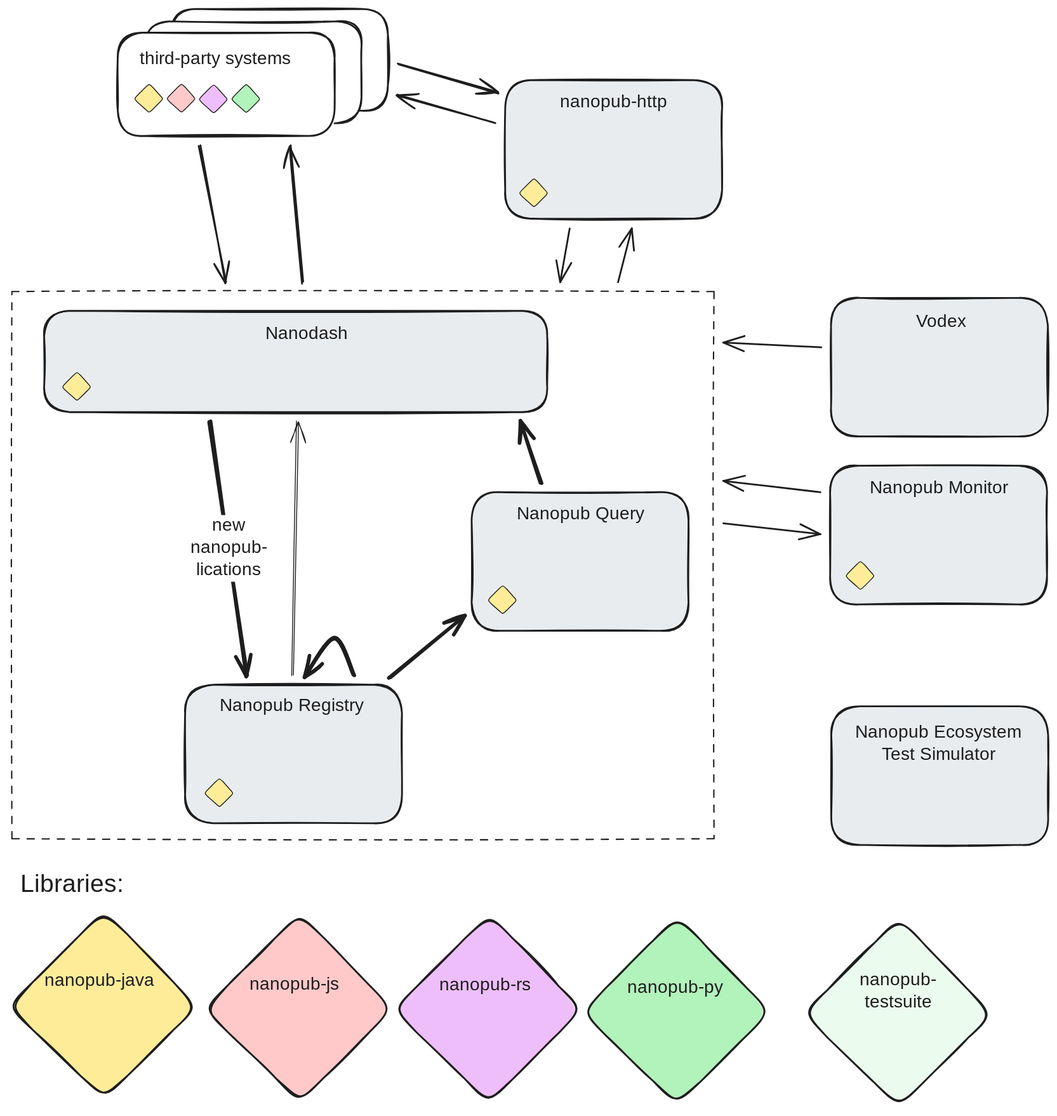
Earlier version of the Excalidraw export media/images/nanopub-architecture.svg (knowledgepixels/nanopub-ecosystem-paper). Source tidied: one line per element, renumbered; positions are measured from the earlier drawing's top-left corner, leaving out a move shared by most shapes.
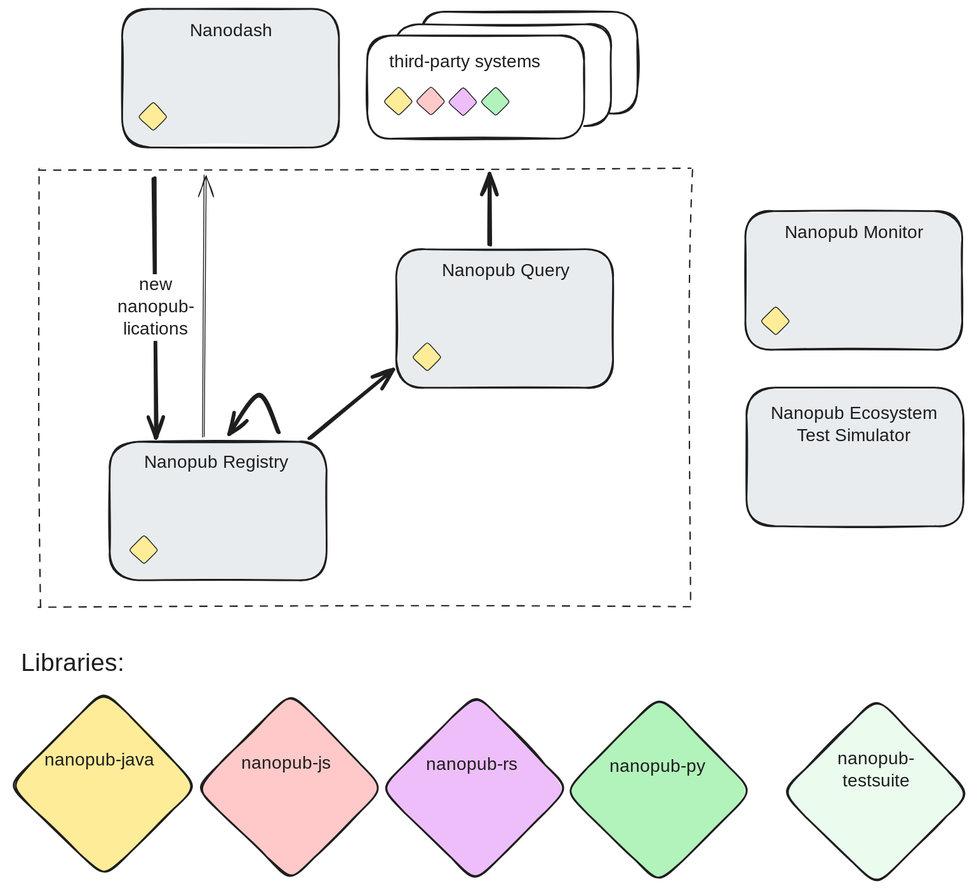
After the change.

Diff of the diagram source:
```diff
@@ -1,54 +1,40 @@
-{"id": 0, "type": "rectangle", "strokeColor": "#1e1e1e", "strokeWidth": 1, "strokeStyle": "dashed", "roughness": 1, "x": 3, "y": 318, "width": 790, "height": 616}
-{"id": 1, "type": "rectangle", "strokeColor": "#1e1e1e", "backgroundColor": "#e9ecef", "fillStyle": "solid", "strokeWidth": 2, "roughness": 1, "round": true, "x": 198, "y": 760, "width": 244, "height": 156}
-{"id": 2, "type": "text", "text": "Nanopub Registry", "strokeColor": "#1e1e1e", "backgroundColor": "#e9ecef", "fillStyle": "solid", "strokeWidth": 2, "roughness": 1, "fontSize": 20, "fontFamily": 5, "textAlign": "center", "x": 233, "y": 772, "width": 170, "height": 25}
-{"id": 3, "type": "rectangle", "strokeColor": "#1e1e1e", "backgroundColor": "#e9ecef", "fillStyle": "solid", "strokeWidth": 2, "roughness": 1, "round": true, "x": 521, "y": 544, "width": 244, "height": 156}
-{"id": 4, "type": "text", "text": "Nanopub Query", "strokeColor": "#1e1e1e", "backgroundColor": "#e9ecef", "fillStyle": "solid", "strokeWidth": 2, "roughness": 1, "fontSize": 20, "fontFamily": 5, "textAlign": "center", "x": 572, "y": 557, "width": 144, "height": 25}
-{"id": 5, "type": "rectangle", "strokeColor": "#1e1e1e", "backgroundColor": "#e9ecef", "fillStyle": "solid", "strokeWidth": 2, "roughness": 1, "round": true, "x": 40, "y": 340, "width": 566, "height": 114}
-{"id": 6, "type": "text", "text": "Nanodash", "strokeColor": "#1e1e1e", "backgroundColor": "#e9ecef", "fillStyle": "solid", "strokeWidth": 2, "roughness": 1, "fontSize": 20, "fontFamily": 5, "textAlign": "center", "x": 289, "y": 354, "width": 92, "height": 25}
-{"id": 7, "type": "arrow", "strokeColor": "#1e1e1e", "strokeWidth": 4, "roughness": 1, "endArrowhead": "arrow", "round": true, "from": 5, "to": 1, "x": 226, "y": 465, "width": 42, "height": 285, "points": [[0, 0], [42, 285]]}
+{"id": 7, "type": "arrow", "strokeColor": "#1e1e1e", "strokeWidth": 4, "roughness": 1, "endArrowhead": "arrow", "round": true, "to": 1, "x": 248, "y": 434, "width": 3, "height": 290, "points": [[0, 0], [3, 290]]}
-{"id": 8, "type": "text", "text": "new\nnanopub-\nlications", "strokeColor": "#1e1e1e", "strokeWidth": 2, "roughness": 1, "fontSize": 20, "fontFamily": 5, "textAlign": "center", "verticalAlign": "middle", "inside": 7, "x": 263, "y": 572, "width": 86, "height": 75}
+{"id": 8, "type": "text", "text": "new\nnanopub-\nlications", "strokeColor": "#1e1e1e", "strokeWidth": 2, "roughness": 1, "fontSize": 20, "fontFamily": 5, "textAlign": "center", "verticalAlign": "middle", "inside": 7, "x": 205, "y": 540, "width": 86, "height": 75}
-{"id": 9, "type": "arrow", "strokeColor": "#1e1e1e", "strokeWidth": 4, "roughness": 1, "endArrowhead": "arrow", "round": true, "from": 1, "to": 3, "x": 428, "y": 752, "width": 84, "height": 68, "points": [[0, 0], [84, -68]]}
+{"id": 9, "type": "arrow", "strokeColor": "#1e1e1e", "strokeWidth": 4, "roughness": 1, "endArrowhead": "arrow", "round": true, "from": 1, "to": 3, "x": 423, "y": 726, "width": 93, "height": 75, "points": [[0, 0], [93, -75]]}
-{"id": 10, "type": "arrow", "strokeColor": "#1e1e1e", "strokeWidth": 4, "roughness": 1, "endArrowhead": "arrow", "round": true, "from": 1, "to": 1, "x": 388, "y": 749, "width": 56, "height": 43, "points": [[0, 0], [-23, -42], [-56, 1]]}
+{"id": 10, "type": "arrow", "strokeColor": "#1e1e1e", "strokeWidth": 4, "roughness": 1, "endArrowhead": "arrow", "round": true, "from": 1, "to": 1, "x": 388, "y": 719, "width": 56, "height": 43, "points": [[0, 0], [-23, -42], [-56, 1]]}
-{"id": 11, "type": "arrow", "strokeColor": "#1e1e1e", "strokeWidth": 4, "roughness": 1, "endArrowhead": "arrow", "round": true, "from": 3, "to": 5, "x": 599, "y": 533, "width": 25, "height": 68, "points": [[0, 0], [-25, -68]]}
-{"id": 12, "type": "arrow", "strokeColor": "#1e1e1e", "strokeWidth": 1, "roughness": 1, "endArrowhead": "arrow", "round": true, "from": 1, "to": 5, "x": 319, "y": 749, "width": 5, "height": 285, "points": [[0, 0], [5, -285]]}
+{"id": 12, "type": "arrow", "strokeColor": "#1e1e1e", "strokeWidth": 1, "roughness": 1, "endArrowhead": "arrow", "round": true, "from": 1, "x": 303, "y": 724, "width": 2, "height": 293, "points": [[0, 0], [2, -293]]}
-{"id": 13, "type": "rectangle", "strokeColor": "#1e1e1e", "backgroundColor": "#e9ecef", "fillStyle": "solid", "strokeWidth": 2, "roughness": 1, "round": true, "x": 925, "y": 325, "width": 244, "height": 156}
-{"id": 14, "type": "text", "text": "Vodex", "strokeColor": "#1e1e1e", "backgroundColor": "#ced4da", "fillStyle": "solid", "strokeWidth": 2, "roughness": 1, "fontSize": 20, "fontFamily": 5, "textAlign": "center", "x": 1020, "y": 340, "width": 58, "height": 25}
-{"id": 15, "type": "diamond", "strokeColor": "#1e1e1e", "backgroundColor": "#ffec99", "fillStyle": "solid", "strokeWidth": 2, "roughness": 1, "round": true, "x": 0, "y": 1015, "width": 212, "height": 212}
+{"id": 15, "type": "diamond", "strokeColor": "#1e1e1e", "backgroundColor": "#ffec99", "fillStyle": "solid", "strokeWidth": 2, "roughness": 1, "round": true, "x": 85, "y": 1010, "width": 212, "height": 212}
-{"id": 16, "type": "text", "text": "nanopub-java", "strokeColor": "#1e1e1e", "strokeWidth": 2, "roughness": 1, "fontSize": 20, "fontFamily": 5, "x": 40, "y": 1082, "width": 127, "height": 25}
+{"id": 16, "type": "text", "text": "nanopub-java", "strokeColor": "#1e1e1e", "strokeWidth": 2, "roughness": 1, "fontSize": 20, "fontFamily": 5, "x": 125, "y": 1077, "width": 127, "height": 25}
-{"id": 17, "type": "diamond", "strokeColor": "#1e1e1e", "backgroundColor": "#ffc9c9", "fillStyle": "solid", "strokeWidth": 2, "roughness": 1, "round": true, "x": 220, "y": 1018, "width": 212, "height": 212}
+{"id": 17, "type": "diamond", "strokeColor": "#1e1e1e", "backgroundColor": "#ffc9c9", "fillStyle": "solid", "strokeWidth": 2, "roughness": 1, "round": true, "x": 295, "y": 1013, "width": 212, "height": 212}
-{"id": 18, "type": "text", "text": "nanopub-js", "strokeColor": "#1e1e1e", "strokeWidth": 2, "roughness": 1, "fontSize": 20, "fontFamily": 5, "x": 271, "y": 1086, "width": 104, "height": 25}
+{"id": 18, "type": "text", "text": "nanopub-js", "strokeColor": "#1e1e1e", "strokeWidth": 2, "roughness": 1, "fontSize": 20, "fontFamily": 5, "x": 346, "y": 1081, "width": 104, "height": 25}
-{"id": 19, "type": "diamond", "strokeColor": "#1e1e1e", "backgroundColor": "#eebefa", "fillStyle": "solid", "strokeWidth": 2, "roughness": 1, "round": true, "x": 433, "y": 1019, "width": 212, "height": 212}
+{"id": 19, "type": "diamond", "strokeColor": "#1e1e1e", "backgroundColor": "#eebefa", "fillStyle": "solid", "strokeWidth": 2, "roughness": 1, "round": true, "x": 503, "y": 1014, "width": 212, "height": 212}
-{"id": 20, "type": "text", "text": "nanopub-rs", "strokeColor": "#1e1e1e", "backgroundColor": "#eebefa", "fillStyle": "solid", "strokeWidth": 2, "roughness": 1, "fontSize": 20, "fontFamily": 5, "x": 484, "y": 1087, "width": 106, "height": 25}
+{"id": 20, "type": "text", "text": "nanopub-rs", "strokeColor": "#1e1e1e", "backgroundColor": "#eebefa", "fillStyle": "solid", "strokeWidth": 2, "roughness": 1, "fontSize": 20, "fontFamily": 5, "x": 554, "y": 1082, "width": 106, "height": 25}
-{"id": 21, "type": "text", "text": "Libraries:", "strokeColor": "#1e1e1e", "strokeWidth": 1, "strokeStyle": "dotted", "roughness": 1, "fontSize": 28, "fontFamily": 5, "x": 13, "y": 969, "width": 121, "height": 35}
+{"id": 21, "type": "text", "text": "Libraries:", "strokeColor": "#1e1e1e", "strokeWidth": 1, "strokeStyle": "dotted", "roughness": 1, "fontSize": 28, "fontFamily": 5, "x": 98, "y": 964, "width": 121, "height": 35}
+{"id": 1, "type": "rectangle", "strokeColor": "#1e1e1e", "backgroundColor": "#e9ecef", "fillStyle": "solid", "strokeWidth": 2, "roughness": 1, "round": true, "x": 198, "y": 730, "width": 244, "height": 156}
+{"id": 2, "type": "text", "text": "Nanopub Registry", "strokeColor": "#1e1e1e", "backgroundColor": "#e9ecef", "fillStyle": "solid", "strokeWidth": 2, "roughness": 1, "fontSize": 20, "fontFamily": 5, "textAlign": "center", "x": 233, "y": 742, "width": 170, "height": 25}
-{"id": 22, "type": "diamond", "strokeColor": "#1e1e1e", "backgroundColor": "#ffec99", "fillStyle": "solid", "strokeWidth": 1, "roughness": 0, "round": true, "x": 220, "y": 865, "width": 33, "height": 33}
+{"id": 22, "type": "diamond", "strokeColor": "#1e1e1e", "backgroundColor": "#ffec99", "fillStyle": "solid", "strokeWidth": 1, "roughness": 0, "round": true, "x": 220, "y": 835, "width": 33, "height": 33}
+{"id": 3, "type": "rectangle", "strokeColor": "#1e1e1e", "backgroundColor": "#e9ecef", "fillStyle": "solid", "strokeWidth": 2, "roughness": 1, "round": true, "x": 521, "y": 514, "width": 244, "height": 156}
+{"id": 4, "type": "text", "text": "Nanopub Query", "strokeColor": "#1e1e1e", "backgroundColor": "#e9ecef", "fillStyle": "solid", "strokeWidth": 2, "roughness": 1, "fontSize": 20, "fontFamily": 5, "textAlign": "center", "x": 572, "y": 527, "width": 144, "height": 25}
-{"id": 23, "type": "diamond", "strokeColor": "#1e1e1e", "backgroundColor": "#ffec99", "fillStyle": "solid", "strokeWidth": 1, "roughness": 0, "round": true, "x": 539, "y": 648, "width": 33, "height": 33}
+{"id": 23, "type": "diamond", "strokeColor": "#1e1e1e", "backgroundColor": "#ffec99", "fillStyle": "solid", "strokeWidth": 1, "roughness": 0, "round": true, "x": 539, "y": 618, "width": 33, "height": 33}
-{"id": 24, "type": "diamond", "strokeColor": "#1e1e1e", "backgroundColor": "#ffec99", "fillStyle": "solid", "strokeWidth": 1, "roughness": 0, "round": true, "x": 60, "y": 408, "width": 33, "height": 33}
-{"id": 25, "type": "rectangle", "strokeColor": "#1e1e1e", "backgroundColor": "#e9ecef", "fillStyle": "solid", "strokeWidth": 2, "roughness": 1, "round": true, "x": 924, "y": 514, "width": 244, "height": 156}
-{"id": 26, "type": "text", "text": "Nanopub Monitor", "strokeColor": "#1e1e1e", "backgroundColor": "#e9ecef", "fillStyle": "solid", "strokeWidth": 2, "roughness": 1, "fontSize": 20, "fontFamily": 5, "textAlign": "center", "x": 965, "y": 527, "width": 162, "height": 25}
-{"id": 27, "type": "arrow", "strokeColor": "#1e1e1e", "backgroundColor": "#eebefa", "fillStyle": "solid", "strokeWidth": 2, "roughness": 0, "endArrowhead": "arrow", "round": true, "from": 13, "to": 0, "x": 914, "y": 381, "width": 110, "height": 5, "points": [[0, 0], [-110, -5]]}
-{"id": 28, "type": "arrow", "strokeColor": "#1e1e1e", "backgroundColor": "#eebefa", "fillStyle": "solid", "strokeWidth": 2, "roughness": 0, "endArrowhead": "arrow", "round": true, "from": 0, "to": 25, "x": 804, "y": 579, "width": 109, "height": 12, "points": [[0, 0], [109, 12]]}
-{"id": 29, "type": "arrow", "strokeColor": "#1e1e1e", "backgroundColor": "#eebefa", "fillStyle": "solid", "strokeWidth": 2, "roughness": 0, "endArrowhead": "arrow", "round": true, "from": 25, "to": 0, "x": 913, "y": 544, "width": 109, "height": 13, "points": [[0, 0], [-109, -13]]}
-{"id": 30, "type": "arrow", "strokeColor": "#1e1e1e", "backgroundColor": "#eebefa", "fillStyle": "solid", "strokeWidth": 2, "roughness": 1, "endArrowhead": "arrow", "round": true, "from": 40, "to": 0, "x": 214, "y": 154, "width": 30, "height": 154, "points": [[0, 0], [30, 154]]}
-{"id": 31, "type": "arrow", "strokeColor": "#1e1e1e", "backgroundColor": "#eebefa", "fillStyle": "solid", "strokeWidth": 2, "roughness": 1, "endArrowhead": "arrow", "round": true, "from": 0, "to": 40, "x": 331, "y": 308, "width": 13, "height": 154, "points": [[0, 0], [-13, -154]]}
-{"id": 32, "type": "diamond", "strokeColor": "#1e1e1e", "backgroundColor": "#ebfbee", "fillStyle": "solid", "strokeWidth": 2, "roughness": 1, "round": true, "x": 894, "y": 1024, "width": 212, "height": 212}
+{"id": 32, "type": "diamond", "strokeColor": "#1e1e1e", "backgroundColor": "#ebfbee", "fillStyle": "solid", "strokeWidth": 2, "roughness": 1, "round": true, "x": 954, "y": 1019, "width": 212, "height": 212}
-{"id": 33, "type": "text", "text": "nanopub-\ntestsuite", "strokeColor": "#1e1e1e", "backgroundColor": "#ebfbee", "fillStyle": "solid", "strokeWidth": 2, "roughness": 1, "fontSize": 20, "fontFamily": 5, "textAlign": "center", "x": 954, "y": 1081, "width": 93, "height": 50}
+{"id": 33, "type": "text", "text": "nanopub-\ntestsuite", "strokeColor": "#1e1e1e", "backgroundColor": "#ebfbee", "fillStyle": "solid", "strokeWidth": 2, "roughness": 1, "fontSize": 20, "fontFamily": 5, "textAlign": "center", "x": 1014, "y": 1076, "width": 93, "height": 50}
-{"id": 34, "type": "rectangle", "strokeColor": "#1e1e1e", "backgroundColor": "#e9ecef", "fillStyle": "solid", "strokeWidth": 2, "roughness": 1, "round": true, "x": 925, "y": 785, "width": 244, "height": 156}
+{"id": 34, "type": "rectangle", "strokeColor": "#1e1e1e", "backgroundColor": "#e9ecef", "fillStyle": "solid", "strokeWidth": 2, "roughness": 1, "round": true, "x": 915, "y": 669, "width": 244, "height": 156}
-{"id": 35, "type": "text", "text": "Nanopub Ecosystem\nTest Simulator", "strokeColor": "#1e1e1e", "backgroundColor": "#e9ecef", "fillStyle": "solid", "strokeWidth": 2, "roughness": 1, "fontSize": 20, "fontFamily": 5, "textAlign": "center", "x": 950, "y": 803, "width": 191, "height": 50}
+{"id": 35, "type": "text", "text": "Nanopub Ecosystem\nTest Simulator", "strokeColor": "#1e1e1e", "backgroundColor": "#e9ecef", "fillStyle": "solid", "strokeWidth": 2, "roughness": 1, "fontSize": 20, "fontFamily": 5, "textAlign": "center", "x": 940, "y": 687, "width": 191, "height": 50}
-{"id": 36, "type": "diamond", "strokeColor": "#1e1e1e", "backgroundColor": "#b2f2bb", "fillStyle": "solid", "strokeWidth": 2, "roughness": 1, "round": true, "x": 645, "y": 1021, "width": 212, "height": 212}
+{"id": 36, "type": "diamond", "strokeColor": "#1e1e1e", "backgroundColor": "#b2f2bb", "fillStyle": "solid", "strokeWidth": 2, "roughness": 1, "round": true, "x": 710, "y": 1016, "width": 212, "height": 212}
-{"id": 37, "type": "text", "text": "nanopub-py", "strokeColor": "#1e1e1e", "backgroundColor": "#b2f2bb", "fillStyle": "solid", "strokeWidth": 2, "roughness": 1, "fontSize": 20, "fontFamily": 5, "x": 696, "y": 1089, "width": 107, "height": 25}
+{"id": 37, "type": "text", "text": "nanopub-py", "strokeColor": "#1e1e1e", "backgroundColor": "#b2f2bb", "fillStyle": "solid", "strokeWidth": 2, "roughness": 1, "fontSize": 20, "fontFamily": 5, "x": 761, "y": 1084, "width": 107, "height": 25}
-{"id": 38, "type": "rectangle", "strokeColor": "#1e1e1e", "backgroundColor": "#ffffff", "fillStyle": "solid", "strokeWidth": 2, "roughness": 1, "round": true, "x": 182, "y": 0, "width": 244, "height": 115}
+{"id": 38, "type": "rectangle", "strokeColor": "#1e1e1e", "backgroundColor": "#ffffff", "fillStyle": "solid", "strokeWidth": 2, "roughness": 1, "round": true, "x": 548, "y": 246, "width": 244, "height": 115}
-{"id": 39, "type": "rectangle", "strokeColor": "#1e1e1e", "backgroundColor": "#ffffff", "fillStyle": "solid", "strokeWidth": 2, "roughness": 1, "round": true, "x": 153, "y": 14, "width": 244, "height": 115}
+{"id": 39, "type": "rectangle", "strokeColor": "#1e1e1e", "backgroundColor": "#ffffff", "fillStyle": "solid", "strokeWidth": 2, "roughness": 1, "round": true, "x": 518, "y": 260, "width": 244, "height": 115}
-{"id": 40, "type": "rectangle", "strokeColor": "#1e1e1e", "backgroundColor": "#ffffff", "fillStyle": "solid", "strokeWidth": 2, "roughness": 1, "round": true, "x": 122, "y": 27, "width": 244, "height": 116}
+{"id": 40, "type": "rectangle", "strokeColor": "#1e1e1e", "backgroundColor": "#ffffff", "fillStyle": "solid", "strokeWidth": 2, "roughness": 1, "round": true, "x": 488, "y": 273, "width": 244, "height": 116}
-{"id": 41, "type": "diamond", "strokeColor": "#1e1e1e", "backgroundColor": "#ffec99", "fillStyle": "solid", "strokeWidth": 1, "roughness": 0, "round": true, "x": 141, "y": 84, "width": 33, "height": 33}
+{"id": 41, "type": "diamond", "strokeColor": "#1e1e1e", "backgroundColor": "#ffec99", "fillStyle": "solid", "strokeWidth": 1, "roughness": 0, "round": true, "x": 506, "y": 330, "width": 33, "height": 33}
-{"id": 42, "type": "diamond", "strokeColor": "#1e1e1e", "backgroundColor": "#ffc9c9", "fillStyle": "solid", "strokeWidth": 1, "roughness": 0, "round": true, "x": 177, "y": 84, "width": 33, "height": 33}
+{"id": 42, "type": "diamond", "strokeColor": "#1e1e1e", "backgroundColor": "#ffc9c9", "fillStyle": "solid", "strokeWidth": 1, "roughness": 0, "round": true, "x": 543, "y": 330, "width": 33, "height": 33}
-{"id": 43, "type": "diamond", "strokeColor": "#1e1e1e", "backgroundColor": "#eebefa", "fillStyle": "solid", "strokeWidth": 1, "roughness": 0, "round": true, "x": 213, "y": 85, "width": 33, "height": 33}
+{"id": 43, "type": "diamond", "strokeColor": "#1e1e1e", "backgroundColor": "#eebefa", "fillStyle": "solid", "strokeWidth": 1, "roughness": 0, "round": true, "x": 579, "y": 331, "width": 33, "height": 33}
-{"id": 44, "type": "text", "text": "third-party systems", "strokeColor": "#1e1e1e", "backgroundColor": "#eebefa", "fillStyle": "solid", "strokeWidth": 2, "roughness": 1, "fontSize": 20, "fontFamily": 5, "x": 147, "y": 45, "width": 196, "height": 25}
+{"id": 44, "type": "text", "text": "third-party systems", "strokeColor": "#1e1e1e", "backgroundColor": "#eebefa", "fillStyle": "solid", "strokeWidth": 2, "roughness": 1, "fontSize": 20, "fontFamily": 5, "x": 513, "y": 291, "width": 196, "height": 25}
-{"id": 45, "type": "diamond", "strokeColor": "#1e1e1e", "backgroundColor": "#b2f2bb", "fillStyle": "solid", "strokeWidth": 1, "roughness": 0, "round": true, "x": 250, "y": 84, "width": 33, "height": 33}
+{"id": 45, "type": "diamond", "strokeColor": "#1e1e1e", "backgroundColor": "#b2f2bb", "fillStyle": "solid", "strokeWidth": 1, "roughness": 0, "round": true, "x": 616, "y": 331, "width": 33, "height": 33}
-{"id": 46, "type": "rectangle", "strokeColor": "#1e1e1e", "backgroundColor": "#e9ecef", "fillStyle": "solid", "strokeWidth": 2, "roughness": 1, "round": true, "x": 558, "y": 80, "width": 244, "height": 156}
-{"id": 47, "type": "text", "text": "nanopub-http", "strokeColor": "#1e1e1e", "backgroundColor": "#e9ecef", "fillStyle": "solid", "strokeWidth": 2, "roughness": 1, "fontSize": 20, "fontFamily": 5, "textAlign": "center", "x": 616, "y": 93, "width": 130, "height": 25}
-{"id": 48, "type": "arrow", "strokeColor": "#1e1e1e", "backgroundColor": "#eebefa", "fillStyle": "solid", "strokeWidth": 2, "roughness": 0, "endArrowhead": "arrow", "round": true, "from": 0, "to": 46, "x": 685, "y": 308, "width": 15, "height": 60, "points": [[0, 0], [15, -60]]}
-{"id": 49, "type": "arrow", "strokeColor": "#1e1e1e", "backgroundColor": "#eebefa", "fillStyle": "solid", "strokeWidth": 2, "roughness": 0, "endArrowhead": "arrow", "round": true, "from": 46, "to": 0, "x": 631, "y": 247, "width": 11, "height": 60, "points": [[0, 0], [-11, 60]]}
-{"id": 50, "type": "arrow", "strokeColor": "#1e1e1e", "strokeWidth": 2, "roughness": 1, "endArrowhead": "arrow", "round": true, "from": 38, "to": 46, "x": 437, "y": 62, "width": 113, "height": 32, "points": [[0, 0], [113, 32]]}
-{"id": 51, "type": "arrow", "strokeColor": "#1e1e1e", "strokeWidth": 2, "roughness": 1, "endArrowhead": "arrow", "round": true, "from": 46, "to": 38, "x": 547, "y": 128, "width": 111, "height": 30, "points": [[0, 0], [-111, -30]]}
-{"id": 52, "type": "diamond", "strokeColor": "#1e1e1e", "backgroundColor": "#ffec99", "fillStyle": "solid", "strokeWidth": 1, "roughness": 0, "round": true, "x": 574, "y": 190, "width": 33, "height": 33}
+{"id": 25, "type": "rectangle", "strokeColor": "#1e1e1e", "backgroundColor": "#e9ecef", "fillStyle": "solid", "strokeWidth": 2, "roughness": 1, "round": true, "x": 914, "y": 471, "width": 244, "height": 156}
+{"id": 26, "type": "text", "text": "Nanopub Monitor", "strokeColor": "#1e1e1e", "backgroundColor": "#e9ecef", "fillStyle": "solid", "strokeWidth": 2, "roughness": 1, "fontSize": 20, "fontFamily": 5, "textAlign": "center", "x": 955, "y": 484, "width": 162, "height": 25}
-{"id": 53, "type": "diamond", "strokeColor": "#1e1e1e", "backgroundColor": "#ffec99", "fillStyle": "solid", "strokeWidth": 1, "roughness": 0, "round": true, "x": 941, "y": 621, "width": 33, "height": 33}
+{"id": 53, "type": "diamond", "strokeColor": "#1e1e1e", "backgroundColor": "#ffec99", "fillStyle": "solid", "strokeWidth": 1, "roughness": 0, "round": true, "x": 931, "y": 578, "width": 33, "height": 33}
+{"id": 54, "type": "rectangle", "strokeColor": "#1e1e1e", "backgroundColor": "#e9ecef", "fillStyle": "solid", "strokeWidth": 2, "roughness": 1, "round": true, "x": 212, "y": 243, "width": 244, "height": 156}
+{"id": 6, "type": "text", "text": "Nanodash", "strokeColor": "#1e1e1e", "backgroundColor": "#e9ecef", "fillStyle": "solid", "strokeWidth": 2, "roughness": 1, "fontSize": 20, "fontFamily": 5, "textAlign": "center", "x": 289, "y": 256, "width": 92, "height": 25}
+{"id": 55, "type": "diamond", "strokeColor": "#1e1e1e", "backgroundColor": "#ffec99", "fillStyle": "solid", "strokeWidth": 1, "roughness": 0, "round": true, "x": 230, "y": 348, "width": 33, "height": 33}
+{"id": 56, "type": "rectangle", "strokeColor": "#1e1e1e", "strokeWidth": 1, "strokeStyle": "dashed", "roughness": 2, "x": 119, "y": 424, "width": 734, "height": 492}
+{"id": 11, "type": "arrow", "strokeColor": "#1e1e1e", "strokeWidth": 4, "roughness": 1, "endArrowhead": "arrow", "round": true, "from": 3, "to": 56, "x": 626, "y": 508, "width": 2, "height": 78, "points": [[0, 0], [-2, -78]]}
```
